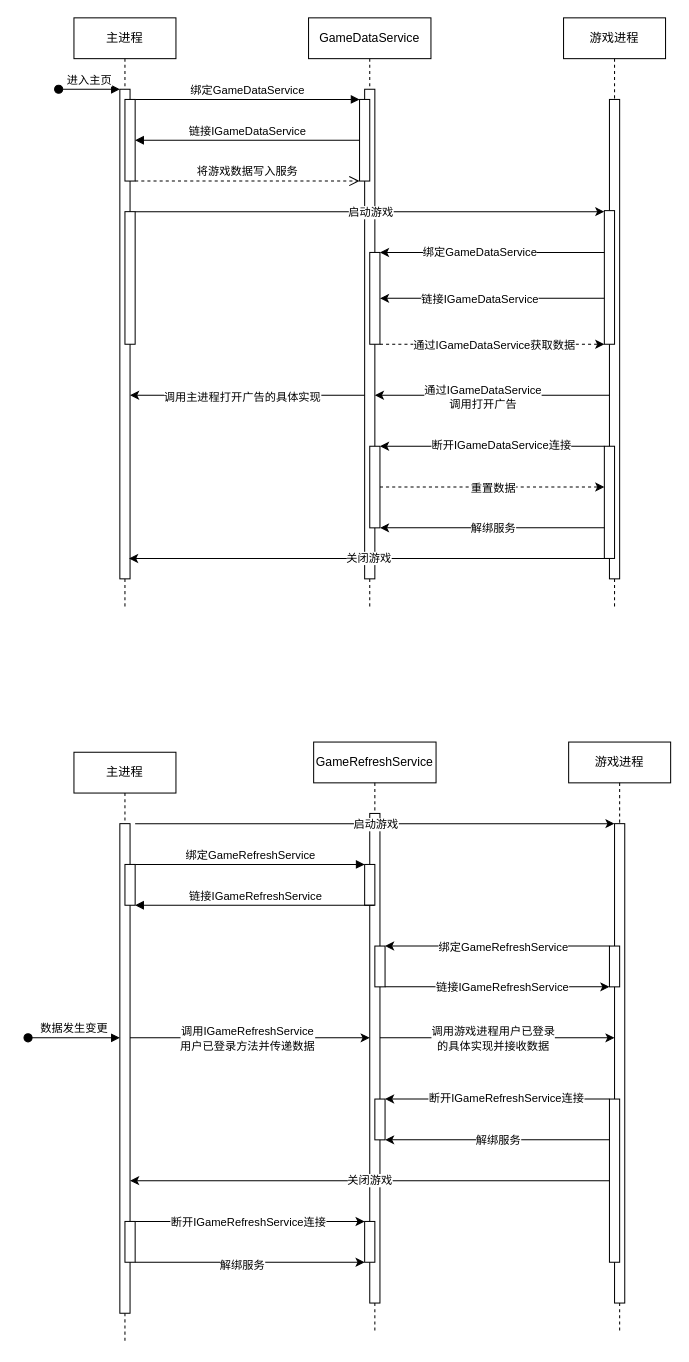
Above: 未命名绘图.drawio in Discredited/Discredited.github.io (draw.io), before the change. Source tidied: cells renumbered, new cells numbered last; positions are measured from the earlier drawing's top-left corner, leaving out a move shared by most shapes. Both pictures are drawn from the tidied source at 102%, with x=0, y=0 at pixel (28, 17).
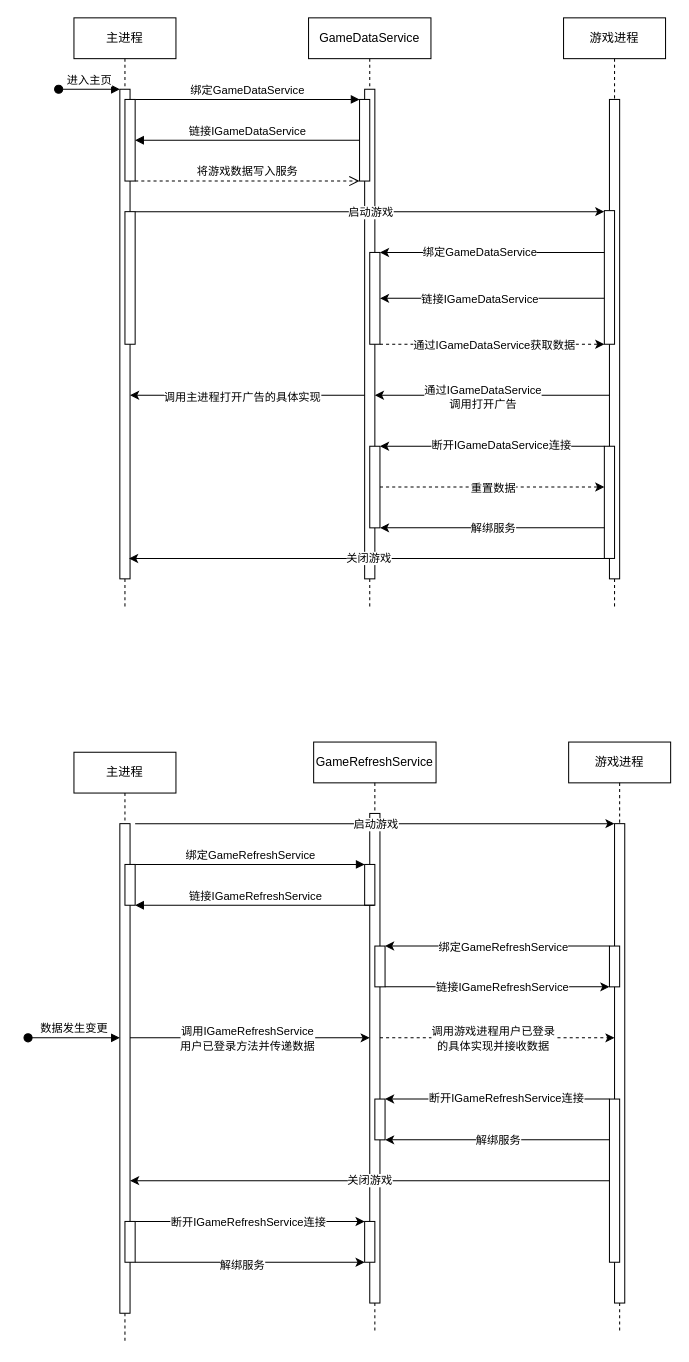
After the change.

The change refers to these unchanged cells:
```xml
<mxCell id="45" style="html=1;points=[];perimeter=orthogonalPerimeter;outlineConnect=0;targetShapes=umlLifeline;portConstraint=eastwest;newEdgeStyle={&quot;edgeStyle&quot;:&quot;elbowEdgeStyle&quot;,&quot;elbow&quot;:&quot;vertical&quot;,&quot;curved&quot;:0,&quot;rounded&quot;:0};" parent="44" vertex="1">
  <mxGeometry x="55" y="70" width="10" height="480" as="geometry" />
</mxCell>
```

Change to the diagram source:
```diff
@@
-    <mxCell id="70" style="edgeStyle=elbowEdgeStyle;rounded=0;jettySize=auto;html=1;elbow=vertical;curved=0;" parent="1" edge="1" source="45">
+    <mxCell id="70" style="edgeStyle=elbowEdgeStyle;rounded=0;jettySize=auto;html=1;elbow=vertical;curved=0;dashed=1;" parent="1" edge="1" source="45">
       <mxGeometry relative="1" as="geometry">
         <mxPoint x="575" y="1000" as="targetPoint" />
         <Array as="points">
           <mxPoint x="465" y="1000" />
         </Array>
       </mxGeometry>
     </mxCell>
```
